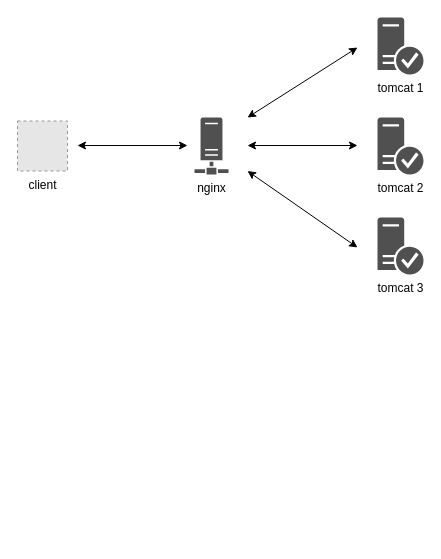
Above: 未命名绘图.drawio in StephenHuge/draw-io (draw.io), before the change. Source tidied: cells renumbered, new cells numbered last; positions are measured from the earlier drawing's top-left corner, leaving out a move shared by most shapes. Both pictures are drawn from the tidied source at 100%, with x=0, y=0 at pixel (17, 17). Pictures stored in the file or linked from it are replaced by grey dashed boxes.
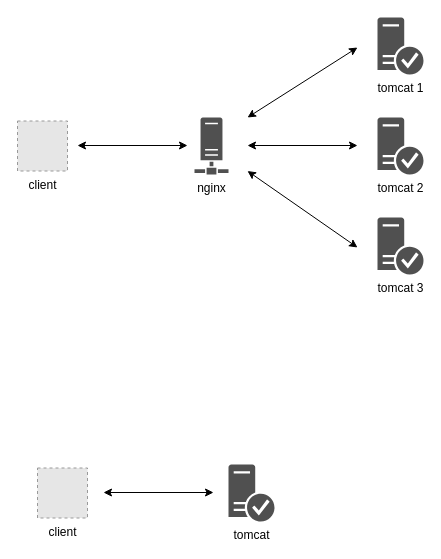
The same page after the edit.

Commit message (it also covers changes not shown here):
更新未命名绘图.drawio

Diff of the diagram source:
```diff
@@
 <mxGraphModel>
   <root>
     <mxCell id="0" />
     <mxCell id="1" parent="0" />
     <mxCell id="2" value="nginx" style="sketch=0;shadow=0;dashed=0;html=1;strokeColor=none;fillColor=#505050;labelPosition=center;verticalLabelPosition=bottom;verticalAlign=top;align=center;shape=mxgraph.office.servers.network;" parent="1" vertex="1">
       <mxGeometry x="177" y="100" width="34" height="57" as="geometry" />
     </mxCell>
     <mxCell id="3" value="tomcat 1" style="sketch=0;shadow=0;dashed=0;html=1;strokeColor=none;fillColor=#505050;labelPosition=center;verticalLabelPosition=bottom;verticalAlign=top;align=center;shape=mxgraph.office.security.trusted_application_server;" parent="1" vertex="1">
       <mxGeometry x="360" width="46" height="57" as="geometry" />
     </mxCell>
     <mxCell id="4" value="client" style="fillColor=#E6E6E6;strokeColor=#999999;dashed=1;html=1;verticalAlign=top;verticalLabelPosition=bottom;labelBackgroundColor=#ffffff;" parent="1" vertex="1">
       <mxGeometry y="103.5" width="50" height="50" as="geometry" />
     </mxCell>
     <mxCell id="5" value="tomcat 2" style="sketch=0;shadow=0;dashed=0;html=1;strokeColor=none;fillColor=#505050;labelPosition=center;verticalLabelPosition=bottom;verticalAlign=top;align=center;shape=mxgraph.office.security.trusted_application_server;" parent="1" vertex="1">
       <mxGeometry x="360" y="100" width="46" height="57" as="geometry" />
     </mxCell>
     <mxCell id="6" value="tomcat 3" style="sketch=0;shadow=0;dashed=0;html=1;strokeColor=none;fillColor=#505050;labelPosition=center;verticalLabelPosition=bottom;verticalAlign=top;align=center;shape=mxgraph.office.security.trusted_application_server;" parent="1" vertex="1">
       <mxGeometry x="360" y="200" width="46" height="57" as="geometry" />
     </mxCell>
     <mxCell id="7" style="endArrow=classic;startArrow=classic;html=1;rounded=0;" parent="1" edge="1">
       <mxGeometry relative="1" as="geometry">
         <mxPoint x="60" y="128" as="sourcePoint" />
         <mxPoint x="170" y="128" as="targetPoint" />
       </mxGeometry>
     </mxCell>
     <mxCell id="8" style="endArrow=classic;startArrow=classic;html=1;rounded=0;" parent="1" edge="1">
       <mxGeometry relative="1" as="geometry">
         <mxPoint x="230" y="128" as="sourcePoint" />
         <mxPoint x="340" y="128" as="targetPoint" />
       </mxGeometry>
     </mxCell>
     <mxCell id="9" style="endArrow=classic;startArrow=classic;html=1;rounded=0;" parent="1" edge="1">
       <mxGeometry relative="1" as="geometry">
         <mxPoint x="230" y="153.5" as="sourcePoint" />
         <mxPoint x="340" y="230" as="targetPoint" />
       </mxGeometry>
     </mxCell>
     <mxCell id="10" style="endArrow=classic;startArrow=classic;html=1;rounded=0;" parent="1" edge="1">
       <mxGeometry relative="1" as="geometry">
         <mxPoint x="230" y="100" as="sourcePoint" />
         <mxPoint x="340" y="30" as="targetPoint" />
       </mxGeometry>
     </mxCell>
+    <mxCell id="11" value="client" style="fillColor=#E6E6E6;strokeColor=#999999;dashed=1;html=1;verticalAlign=top;verticalLabelPosition=bottom;labelBackgroundColor=#ffffff;" parent="1" vertex="1">
+      <mxGeometry x="20" y="450.5" width="50" height="50" as="geometry" />
+    </mxCell>
+    <mxCell id="12" value="tomcat" style="sketch=0;shadow=0;dashed=0;html=1;strokeColor=none;fillColor=#505050;labelPosition=center;verticalLabelPosition=bottom;verticalAlign=top;align=center;shape=mxgraph.office.security.trusted_application_server;" parent="1" vertex="1">
+      <mxGeometry x="211" y="447" width="46" height="57" as="geometry" />
+    </mxCell>
+    <mxCell id="13" style="endArrow=classic;startArrow=classic;html=1;rounded=0;" parent="1" edge="1">
+      <mxGeometry relative="1" as="geometry">
+        <mxPoint x="86" y="475" as="sourcePoint" />
+        <mxPoint x="196" y="475" as="targetPoint" />
+      </mxGeometry>
+    </mxCell>
   </root>
 </mxGraphModel>
```
